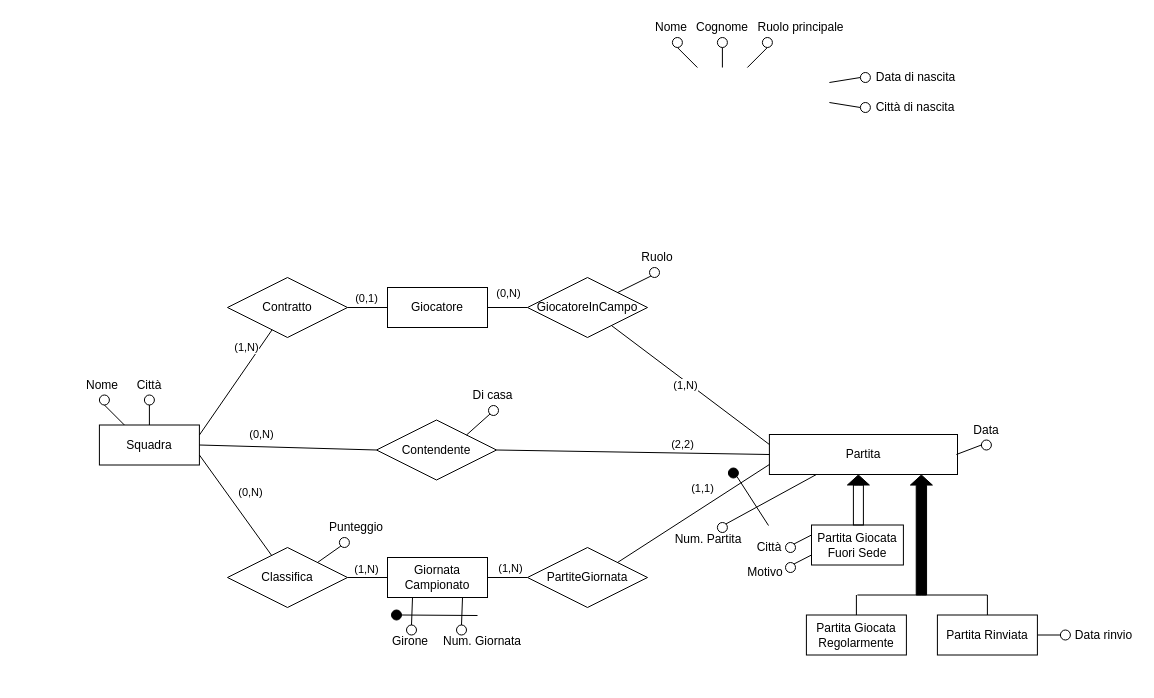
Earlier version of the draw.io diagram page "Ristrutturato" (7 of 7) of Campionato.drawio (miguel76/corso-bdd). Source tidied: cells renumbered, new cells numbered last; positions are measured from the earlier drawing's top-left corner, leaving out a move shared by most shapes. Both pictures are drawn from the tidied source at 100%, with x=0, y=0 at pixel (82, 17).
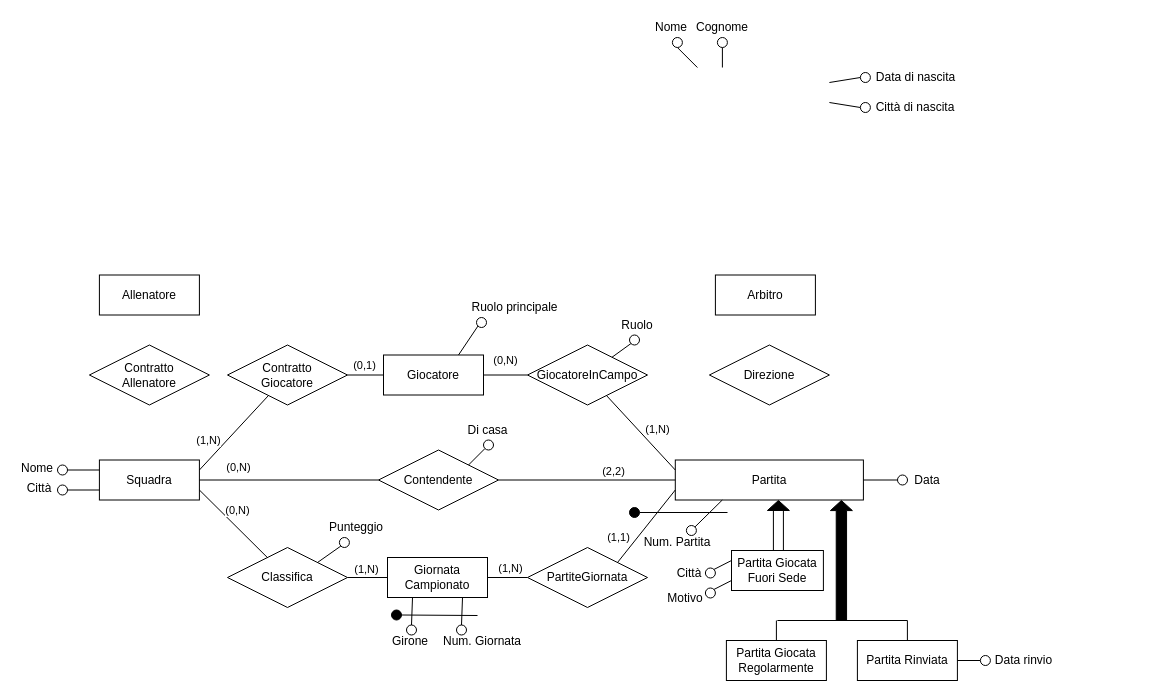
The same diagram, later.

Unchanged cells that the change refers to:
```xml
<mxCell id="8" style="endArrow=none;html=1;rounded=0;exitX=1;exitY=0.5;exitDx=0;exitDy=0;entryX=0;entryY=0.5;entryDx=0;entryDy=0;" parent="1" edge="1" source="2" target="5">
  <mxGeometry relative="1" as="geometry" />
</mxCell>
<mxCell id="12" style="endArrow=none;html=1;rounded=0;exitX=1;exitY=0.25;exitDx=0;exitDy=0;" parent="1" edge="1" source="2" target="6">
  <mxGeometry relative="1" as="geometry" />
</mxCell>
<mxCell id="18" style="endArrow=none;html=1;rounded=0;exitX=0;exitY=0.25;exitDx=0;exitDy=0;" parent="1" edge="1" source="3" target="7">
  <mxGeometry relative="1" as="geometry" />
</mxCell>
<mxCell id="79" style="endArrow=none;html=1;rounded=0;entryX=1;entryY=0;entryDx=0;entryDy=0;exitX=0;exitY=0.75;exitDx=0;exitDy=0;" parent="1" edge="1" source="3" target="78">
  <mxGeometry relative="1" as="geometry" />
</mxCell>
<mxCell id="88" style="endArrow=none;html=1;rounded=0;exitX=1;exitY=0.75;exitDx=0;exitDy=0;" parent="1" edge="1" source="2" target="85">
  <mxGeometry relative="1" as="geometry" />
</mxCell>
```

The edit, as a diff of the source:
```diff
@@
     <mxCell id="2" value="Squadra" style="whiteSpace=wrap;html=1;align=center;" parent="1" vertex="1">
-      <mxGeometry x="16.9" y="407.5" width="100" height="40" as="geometry" />
+      <mxGeometry x="16.9" y="442.5" width="100" height="40" as="geometry" />
     </mxCell>
     <mxCell id="3" value="Partita" style="whiteSpace=wrap;html=1;align=center;" parent="1" vertex="1">
-      <mxGeometry x="686.9" y="417" width="188.1" height="40" as="geometry" />
+      <mxGeometry x="592.8" y="442.5" width="188.1" height="40" as="geometry" />
     </mxCell>
     <mxCell id="4" value="Giocatore" style="whiteSpace=wrap;html=1;align=center;" parent="1" vertex="1">
-      <mxGeometry x="305" y="270" width="100" height="40" as="geometry" />
+      <mxGeometry x="301" y="337.5" width="100" height="40" as="geometry" />
     </mxCell>
     <mxCell id="5" value="Contendente" style="shape=rhombus;perimeter=rhombusPerimeter;whiteSpace=wrap;html=1;align=center;" parent="1" vertex="1">
-      <mxGeometry x="294" y="402.5" width="120" height="60" as="geometry" />
+      <mxGeometry x="296" y="432.5" width="120" height="60" as="geometry" />
     </mxCell>
-    <mxCell id="6" value="Contratto" style="shape=rhombus;perimeter=rhombusPerimeter;whiteSpace=wrap;html=1;align=center;" parent="1" vertex="1">
-      <mxGeometry x="145" y="260" width="120" height="60" as="geometry" />
+    <mxCell id="6" value="Contratto&lt;br&gt;Giocatore" style="shape=rhombus;perimeter=rhombusPerimeter;whiteSpace=wrap;html=1;align=center;" parent="1" vertex="1">
+      <mxGeometry x="145" y="327.5" width="120" height="60" as="geometry" />
     </mxCell>
     <mxCell id="7" value="GiocatoreInCampo" style="shape=rhombus;perimeter=rhombusPerimeter;whiteSpace=wrap;html=1;align=center;" parent="1" vertex="1">
-      <mxGeometry x="445" y="260" width="120" height="60" as="geometry" />
+      <mxGeometry x="445" y="327.5" width="120" height="60" as="geometry" />
     </mxCell>
@@
     <mxCell id="9" value="(0,N)" style="edgeLabel;html=1;align=center;verticalAlign=middle;" parent="8" vertex="1">
       <mxGeometry x="-0.05" y="2" relative="1" as="geometry">
-        <mxPoint x="-22" y="-10.9" as="offset" />
+        <mxPoint x="-46.7" y="-10.9" as="offset" />
       </mxGeometry>
     </mxCell>
@@
     <mxCell id="13" value="(1,N)" style="edgeLabel;html=1;align=center;verticalAlign=middle;" parent="12" vertex="1">
       <mxGeometry x="0.45" y="-3" relative="1" as="geometry">
-        <mxPoint x="-9" y="-13" as="offset" />
+        <mxPoint x="-44.3" y="22.1" as="offset" />
       </mxGeometry>
     </mxCell>
@@
     <mxCell id="19" value="(1,N)" style="edgeLabel;html=1;align=center;verticalAlign=middle;" parent="18" vertex="1">
       <mxGeometry x="-0.22" y="-2" relative="1" as="geometry">
-        <mxPoint x="-24" y="-12" as="offset" />
+        <mxPoint x="7.4" y="-9.8" as="offset" />
       </mxGeometry>
     </mxCell>
-    <mxCell id="20" style="endArrow=none;html=1;rounded=0;exitX=0.5;exitY=1;exitDx=0;exitDy=0;entryX=0.25;entryY=0;entryDx=0;entryDy=0;" parent="1" edge="1" source="21" target="2">
+    <mxCell id="20" style="endArrow=none;html=1;rounded=0;exitX=1;exitY=0.5;exitDx=0;exitDy=0;entryX=0;entryY=0.25;entryDx=0;entryDy=0;" parent="1" edge="1" source="21" target="2">
       <mxGeometry relative="1" as="geometry" />
     </mxCell>
     <mxCell id="21" style="ellipse;whiteSpace=wrap;html=1;" parent="1" vertex="1">
-      <mxGeometry x="16.9" y="377.5" width="10" height="10" as="geometry" />
+      <mxGeometry x="-25" y="447.5" width="10" height="10" as="geometry" />
     </mxCell>
     <mxCell id="22" value="Nome" style="text;html=1;strokeColor=none;fillColor=none;align=center;verticalAlign=middle;whiteSpace=wrap;rounded=0;" parent="1" vertex="1">
-      <mxGeometry x="-0.1" y="357.5" width="40" height="20" as="geometry" />
+      <mxGeometry x="-65" y="440.5" width="40" height="20" as="geometry" />
     </mxCell>
-    <mxCell id="23" style="endArrow=none;html=1;rounded=0;exitX=0.5;exitY=1;exitDx=0;exitDy=0;entryX=0.5;entryY=0;entryDx=0;entryDy=0;" parent="1" edge="1" source="24" target="2">
+    <mxCell id="23" style="endArrow=none;html=1;rounded=0;exitX=1;exitY=0.5;exitDx=0;exitDy=0;entryX=0;entryY=0.75;entryDx=0;entryDy=0;" parent="1" edge="1" source="24" target="2">
       <mxGeometry relative="1" as="geometry" />
     </mxCell>
     <mxCell id="24" style="ellipse;whiteSpace=wrap;html=1;" parent="1" vertex="1">
-      <mxGeometry x="61.9" y="377.5" width="10" height="10" as="geometry" />
+      <mxGeometry x="-25" y="467.5" width="10" height="10" as="geometry" />
     </mxCell>
     <mxCell id="25" value="Città" style="text;html=1;strokeColor=none;fillColor=none;align=center;verticalAlign=middle;whiteSpace=wrap;rounded=0;" parent="1" vertex="1">
-      <mxGeometry x="46.9" y="357.5" width="40" height="20" as="geometry" />
+      <mxGeometry x="-63" y="460.5" width="40" height="20" as="geometry" />
     </mxCell>
@@
-    <mxCell id="32" style="endArrow=none;html=1;rounded=0;exitX=0.5;exitY=1;exitDx=0;exitDy=0;entryX=0.75;entryY=0;entryDx=0;entryDy=0;" parent="1" edge="1" source="33">
-      <mxGeometry relative="1" as="geometry">
-        <mxPoint x="664.9" y="50" as="targetPoint" />
-      </mxGeometry>
+    <mxCell id="32" style="endArrow=none;html=1;rounded=0;exitX=0;exitY=1;exitDx=0;exitDy=0;entryX=0.75;entryY=0;entryDx=0;entryDy=0;" parent="1" edge="1" source="33" target="4">
+      <mxGeometry relative="1" as="geometry" />
     </mxCell>
     <mxCell id="33" style="ellipse;whiteSpace=wrap;html=1;" parent="1" vertex="1">
-      <mxGeometry x="679.9" y="20" width="10" height="10" as="geometry" />
+      <mxGeometry x="394" y="300" width="10" height="10" as="geometry" />
     </mxCell>
     <mxCell id="34" value="Ruolo principale" style="text;html=1;strokeColor=none;fillColor=none;align=center;verticalAlign=middle;whiteSpace=wrap;rounded=0;" parent="1" vertex="1">
-      <mxGeometry x="669.9" width="97" height="20" as="geometry" />
+      <mxGeometry x="384" y="280" width="97" height="20" as="geometry" />
     </mxCell>
@@
-    <mxCell id="41" style="endArrow=none;html=1;rounded=0;exitX=0;exitY=0.5;exitDx=0;exitDy=0;entryX=1;entryY=0.5;entryDx=0;entryDy=0;" parent="1" edge="1" source="42">
-      <mxGeometry relative="1" as="geometry">
-        <mxPoint x="873.9" y="437" as="targetPoint" />
-      </mxGeometry>
+    <mxCell id="41" style="endArrow=none;html=1;rounded=0;exitX=0;exitY=0.5;exitDx=0;exitDy=0;entryX=1;entryY=0.5;entryDx=0;entryDy=0;" parent="1" edge="1" source="42" target="3">
+      <mxGeometry relative="1" as="geometry" />
     </mxCell>
     <mxCell id="42" style="ellipse;whiteSpace=wrap;html=1;" parent="1" vertex="1">
-      <mxGeometry x="898.9" y="422.5" width="10" height="10" as="geometry" />
+      <mxGeometry x="815" y="457.5" width="10" height="10" as="geometry" />
     </mxCell>
@@
     <mxCell id="49" value="Num. Partita" style="text;html=1;strokeColor=none;fillColor=none;align=center;verticalAlign=middle;whiteSpace=wrap;rounded=0;" parent="1" vertex="1">
-      <mxGeometry x="590.9" y="512" width="70" height="20" as="geometry" />
+      <mxGeometry x="559.9" y="515" width="70" height="20" as="geometry" />
     </mxCell>
@@
     <mxCell id="51" style="ellipse;whiteSpace=wrap;html=1;" parent="1" vertex="1">
-      <mxGeometry x="634.9" y="505" width="10" height="10" as="geometry" />
+      <mxGeometry x="603.9" y="508" width="10" height="10" as="geometry" />
     </mxCell>
     <mxCell id="52" value="Data" style="text;html=1;strokeColor=none;fillColor=none;align=center;verticalAlign=middle;whiteSpace=wrap;rounded=0;" parent="1" vertex="1">
-      <mxGeometry x="883.9" y="402.5" width="40" height="20" as="geometry" />
+      <mxGeometry x="825" y="452.5" width="40" height="20" as="geometry" />
     </mxCell>
     <mxCell id="53" value="Partita Giocata&lt;br&gt;Fuori Sede" style="whiteSpace=wrap;html=1;align=center;" parent="1" vertex="1">
-      <mxGeometry x="729" y="507.5" width="91.9" height="40" as="geometry" />
+      <mxGeometry x="649" y="533" width="91.9" height="40" as="geometry" />
     </mxCell>
     <mxCell id="54" value="Partita Giocata Regolarmente" style="whiteSpace=wrap;html=1;align=center;" parent="1" vertex="1">
-      <mxGeometry x="723.9" y="597.5" width="100" height="40" as="geometry" />
+      <mxGeometry x="643.9" y="623" width="100" height="40" as="geometry" />
     </mxCell>
     <mxCell id="55" value="Partita Rinviata" style="whiteSpace=wrap;html=1;align=center;" parent="1" vertex="1">
-      <mxGeometry x="854.9" y="597.5" width="100" height="40" as="geometry" />
+      <mxGeometry x="774.9" y="623" width="100" height="40" as="geometry" />
     </mxCell>
     <mxCell id="56" style="html=1;shadow=0;dashed=0;align=center;verticalAlign=middle;shape=mxgraph.arrows2.arrow;dy=0.53;dx=10.09;direction=north;notch=0;fillColor=#000000;" parent="1" vertex="1">
-      <mxGeometry x="827.9" y="457.5" width="22" height="120" as="geometry" />
+      <mxGeometry x="747.9" y="483" width="22" height="120" as="geometry" />
     </mxCell>
     <mxCell id="57" style="html=1;shadow=0;dashed=0;align=center;verticalAlign=middle;shape=mxgraph.arrows2.arrow;dy=0.66;dx=12.45;direction=north;notch=0;fillColor=#000000;" parent="1" vertex="1">
-      <mxGeometry x="764.9" y="457.5" width="22" height="10" as="geometry" />
+      <mxGeometry x="684.9" y="483" width="22" height="10" as="geometry" />
     </mxCell>
     <mxCell id="58" style="rounded=0;whiteSpace=wrap;html=1;fillColor=none;" parent="1" vertex="1">
-      <mxGeometry x="770.9" y="467.5" width="10" height="40" as="geometry" />
+      <mxGeometry x="690.9" y="493" width="10" height="40" as="geometry" />
     </mxCell>
     <mxCell id="59" style="endArrow=none;html=1;" parent="1" edge="1">
       <mxGeometry relative="1" as="geometry">
-        <mxPoint x="774.9" y="577.5" as="sourcePoint" />
-        <mxPoint x="904.9" y="577.5" as="targetPoint" />
+        <mxPoint x="694.9" y="603" as="sourcePoint" />
+        <mxPoint x="824.9" y="603" as="targetPoint" />
       </mxGeometry>
     </mxCell>
     <mxCell id="60" style="endArrow=none;html=1;exitX=0.5;exitY=0;exitDx=0;exitDy=0;" parent="1" edge="1" source="54">
       <mxGeometry relative="1" as="geometry">
-        <mxPoint x="773.9" y="577.5" as="targetPoint" />
+        <mxPoint x="693.9" y="603" as="targetPoint" />
       </mxGeometry>
     </mxCell>
     <mxCell id="61" style="endArrow=none;html=1;exitX=0.5;exitY=0;exitDx=0;exitDy=0;" parent="1" edge="1" source="55">
       <mxGeometry relative="1" as="geometry">
-        <mxPoint x="904.9" y="577.5" as="targetPoint" />
+        <mxPoint x="824.9" y="603" as="targetPoint" />
       </mxGeometry>
     </mxCell>
     <mxCell id="62" value="Città" style="text;html=1;strokeColor=none;fillColor=none;align=center;verticalAlign=middle;whiteSpace=wrap;rounded=0;" parent="1" vertex="1">
-      <mxGeometry x="665.9" y="520" width="42.1" height="20" as="geometry" />
+      <mxGeometry x="585.8" y="545.5" width="42.1" height="20" as="geometry" />
     </mxCell>
@@
     <mxCell id="64" style="ellipse;whiteSpace=wrap;html=1;" parent="1" vertex="1">
-      <mxGeometry x="703" y="525" width="10" height="10" as="geometry" />
+      <mxGeometry x="622.9" y="550.5" width="10" height="10" as="geometry" />
     </mxCell>
     <mxCell id="65" value="Motivo" style="text;html=1;strokeColor=none;fillColor=none;align=center;verticalAlign=middle;whiteSpace=wrap;rounded=0;" parent="1" vertex="1">
-      <mxGeometry x="656.9" y="545" width="52.1" height="20" as="geometry" />
+      <mxGeometry x="576.8" y="570.5" width="52.1" height="20" as="geometry" />
     </mxCell>
@@
     <mxCell id="67" style="ellipse;whiteSpace=wrap;html=1;" parent="1" vertex="1">
-      <mxGeometry x="703" y="545" width="10" height="10" as="geometry" />
+      <mxGeometry x="622.9" y="570.5" width="10" height="10" as="geometry" />
     </mxCell>
     <mxCell id="68" value="Data rinvio" style="text;html=1;strokeColor=none;fillColor=none;align=center;verticalAlign=middle;whiteSpace=wrap;rounded=0;" parent="1" vertex="1">
-      <mxGeometry x="987.9" y="607.5" width="67" height="20" as="geometry" />
+      <mxGeometry x="907.8" y="633" width="67" height="20" as="geometry" />
     </mxCell>
@@
     <mxCell id="70" style="ellipse;whiteSpace=wrap;html=1;" parent="1" vertex="1">
-      <mxGeometry x="977.9" y="612.5" width="10" height="10" as="geometry" />
+      <mxGeometry x="897.9" y="638" width="10" height="10" as="geometry" />
     </mxCell>
@@
     <mxCell id="72" style="ellipse;whiteSpace=wrap;html=1;" parent="1" vertex="1">
-      <mxGeometry x="567" y="250" width="10" height="10" as="geometry" />
+      <mxGeometry x="547" y="317.5" width="10" height="10" as="geometry" />
     </mxCell>
     <mxCell id="73" value="Ruolo" style="text;html=1;strokeColor=none;fillColor=none;align=center;verticalAlign=middle;whiteSpace=wrap;rounded=0;" parent="1" vertex="1">
-      <mxGeometry x="555" y="230" width="40" height="20" as="geometry" />
+      <mxGeometry x="535" y="297.5" width="40" height="20" as="geometry" />
     </mxCell>
@@
     <mxCell id="75" style="ellipse;whiteSpace=wrap;html=1;" parent="1" vertex="1">
-      <mxGeometry x="406" y="388" width="10" height="10" as="geometry" />
+      <mxGeometry x="401" y="422.5" width="10" height="10" as="geometry" />
     </mxCell>
     <mxCell id="76" value="Di casa" style="text;html=1;strokeColor=none;fillColor=none;align=center;verticalAlign=middle;whiteSpace=wrap;rounded=0;" parent="1" vertex="1">
-      <mxGeometry x="384" y="368" width="53" height="20" as="geometry" />
+      <mxGeometry x="379" y="402.5" width="53" height="20" as="geometry" />
     </mxCell>
@@
     <mxCell id="80" value="(1,1)" style="edgeLabel;html=1;align=center;verticalAlign=middle;" parent="79" vertex="1">
       <mxGeometry x="-0.22" y="-2" relative="1" as="geometry">
-        <mxPoint x="-6.8" y="-13.5" as="offset" />
+        <mxPoint x="-33.5" y="20.2" as="offset" />
       </mxGeometry>
     </mxCell>
@@
-    <mxCell id="83" style="endArrow=none;html=1;rounded=0;exitX=1;exitY=1;exitDx=0;exitDy=0;" parent="1" edge="1" source="84">
+    <mxCell id="83" style="endArrow=none;html=1;rounded=0;exitX=1;exitY=0.5;exitDx=0;exitDy=0;" parent="1" edge="1" source="84">
       <mxGeometry relative="1" as="geometry">
-        <mxPoint x="686" y="508" as="targetPoint" />
+        <mxPoint x="645" y="495" as="targetPoint" />
       </mxGeometry>
     </mxCell>
     <mxCell id="84" style="ellipse;whiteSpace=wrap;html=1;fillColor=#000000;" parent="1" vertex="1">
-      <mxGeometry x="645.9" y="450.5" width="10" height="10" as="geometry" />
+      <mxGeometry x="547" y="490" width="10" height="10" as="geometry" />
     </mxCell>
@@
     <mxCell id="89" value="(0,N)" style="edgeLabel;html=1;align=center;verticalAlign=middle;" parent="88" vertex="1">
       <mxGeometry x="-0.22" y="-2" relative="1" as="geometry">
-        <mxPoint x="23.9" y="-3.5" as="offset" />
+        <mxPoint x="13.1" y="-7.7" as="offset" />
       </mxGeometry>
     </mxCell>
@@
+    <mxCell id="95" value="Arbitro" style="whiteSpace=wrap;html=1;align=center;" parent="1" vertex="1">
+      <mxGeometry x="632.9" y="257.5" width="100" height="40" as="geometry" />
+    </mxCell>
+    <mxCell id="96" value="Allenatore" style="whiteSpace=wrap;html=1;align=center;" parent="1" vertex="1">
+      <mxGeometry x="16.9" y="257.5" width="100" height="40" as="geometry" />
+    </mxCell>
+    <mxCell id="97" value="Contratto&lt;br&gt;Allenatore" style="shape=rhombus;perimeter=rhombusPerimeter;whiteSpace=wrap;html=1;align=center;" parent="1" vertex="1">
+      <mxGeometry x="6.9" y="327.5" width="120" height="60" as="geometry" />
+    </mxCell>
+    <mxCell id="98" value="Direzione" style="shape=rhombus;perimeter=rhombusPerimeter;whiteSpace=wrap;html=1;align=center;" parent="1" vertex="1">
+      <mxGeometry x="626.9" y="327.5" width="120" height="60" as="geometry" />
+    </mxCell>
```
